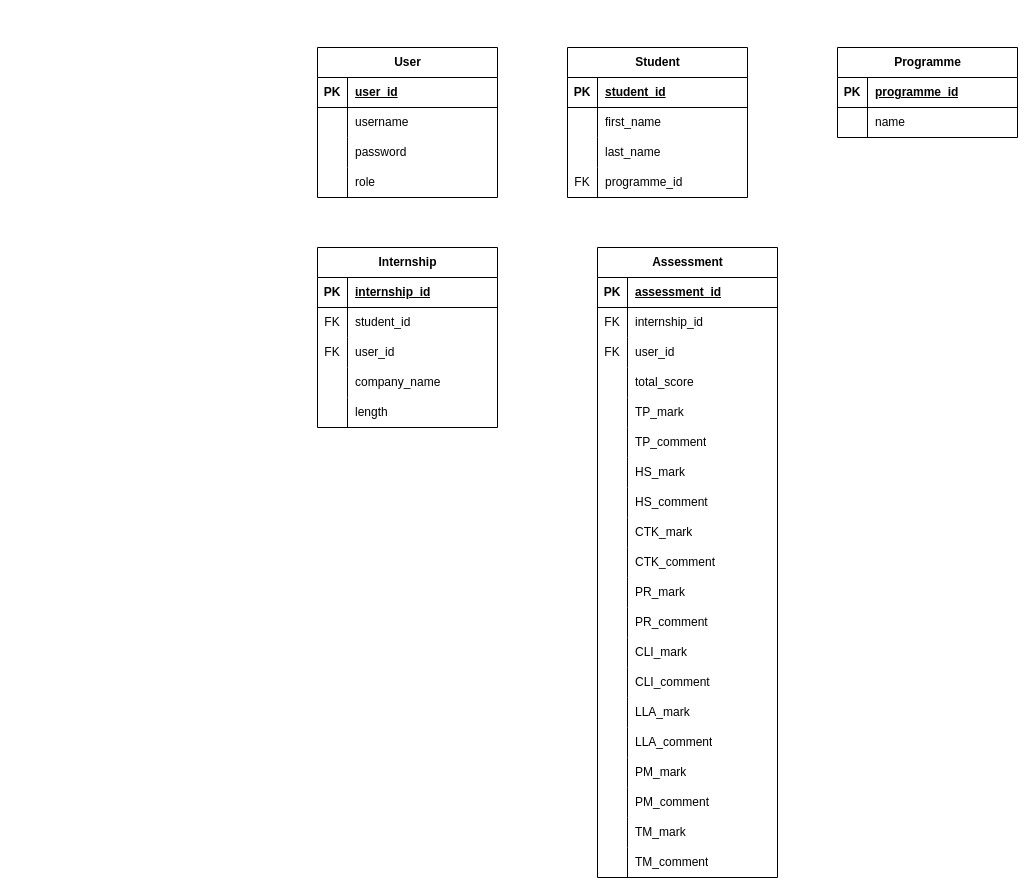
Before: Database_ERD.drawio in ZHAOHENGYI-TECH/Intern-result-management-system, a draw.io diagram. Source tidied: cells renumbered, new cells numbered last; positions are measured from the earlier drawing's top-left corner, leaving out a move shared by most shapes. Both pictures are drawn from the tidied source at 100%, with x=0, y=0 at pixel (317, 47).
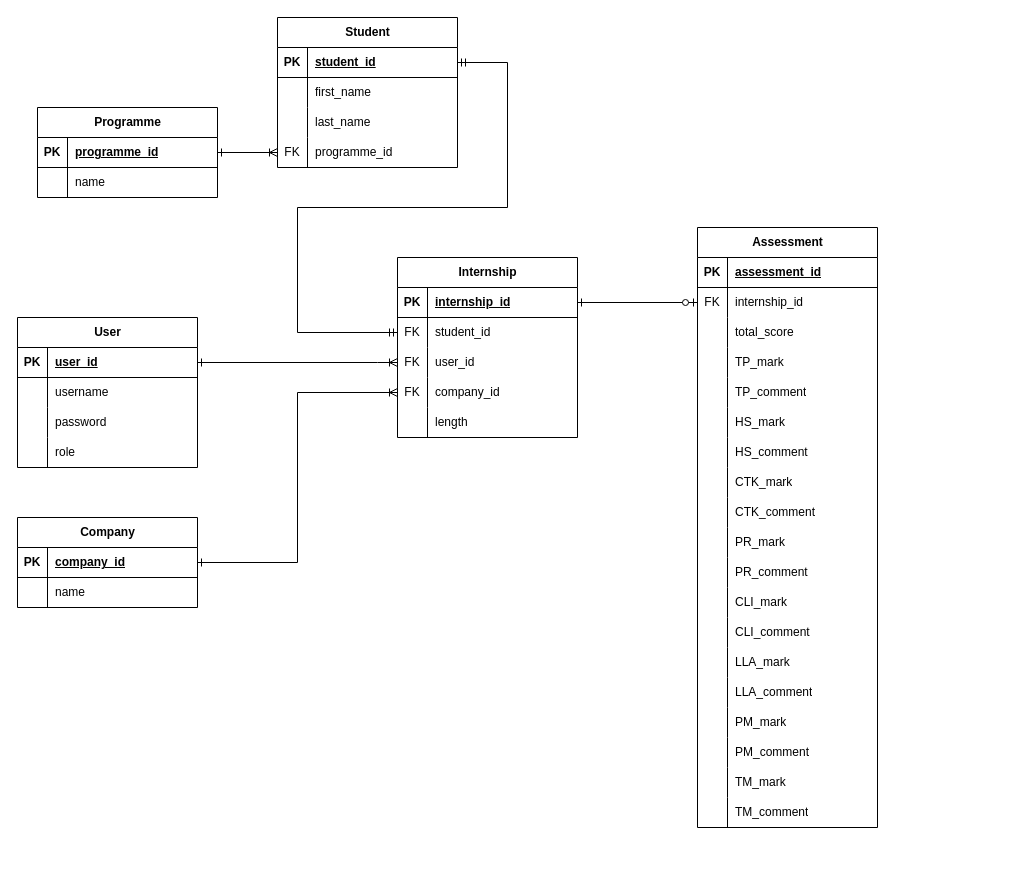
After the change.

Commit message (it also covers changes not shown here):
Finished ERD.

The change refers to these unchanged cells:
```xml
<mxCell id="3" style="shape=tableRow;horizontal=0;startSize=0;swimlaneHead=0;swimlaneBody=0;fillColor=none;points=[[0,0.5],[1,0.5]];portConstraint=eastwest;top=0;left=0;right=0;bottom=1;" parent="2" vertex="1">
  <mxGeometry y="30" width="180" height="30" as="geometry" />
</mxCell>
<mxCell id="16" style="shape=tableRow;horizontal=0;startSize=0;swimlaneHead=0;swimlaneBody=0;fillColor=none;points=[[0,0.5],[1,0.5]];portConstraint=eastwest;top=0;left=0;right=0;bottom=1;" parent="15" vertex="1">
  <mxGeometry y="30" width="180" height="30" as="geometry" />
</mxCell>
<mxCell id="25" style="shape=tableRow;horizontal=0;startSize=0;swimlaneHead=0;swimlaneBody=0;fillColor=none;points=[[0,0.5],[1,0.5]];portConstraint=eastwest;top=0;left=0;right=0;bottom=0;" parent="15" vertex="1">
  <mxGeometry y="120" width="180" height="30" as="geometry" />
</mxCell>
<mxCell id="29" style="shape=tableRow;horizontal=0;startSize=0;swimlaneHead=0;swimlaneBody=0;fillColor=none;points=[[0,0.5],[1,0.5]];portConstraint=eastwest;top=0;left=0;right=0;bottom=1;" parent="28" vertex="1">
  <mxGeometry y="30" width="180" height="30" as="geometry" />
</mxCell>
<mxCell id="36" style="shape=tableRow;horizontal=0;startSize=0;swimlaneHead=0;swimlaneBody=0;fillColor=none;points=[[0,0.5],[1,0.5]];portConstraint=eastwest;top=0;left=0;right=0;bottom=1;" parent="35" vertex="1">
  <mxGeometry y="30" width="180" height="30" as="geometry" />
</mxCell>
<mxCell id="39" style="shape=tableRow;horizontal=0;startSize=0;swimlaneHead=0;swimlaneBody=0;fillColor=none;points=[[0,0.5],[1,0.5]];portConstraint=eastwest;top=0;left=0;right=0;bottom=0;" parent="35" vertex="1">
  <mxGeometry y="60" width="180" height="30" as="geometry" />
</mxCell>
<mxCell id="42" style="shape=tableRow;horizontal=0;startSize=0;swimlaneHead=0;swimlaneBody=0;fillColor=none;points=[[0,0.5],[1,0.5]];portConstraint=eastwest;top=0;left=0;right=0;bottom=0;" parent="35" vertex="1">
  <mxGeometry y="90" width="180" height="30" as="geometry" />
</mxCell>
<mxCell id="45" style="shape=tableRow;horizontal=0;startSize=0;swimlaneHead=0;swimlaneBody=0;fillColor=none;points=[[0,0.5],[1,0.5]];portConstraint=eastwest;top=0;left=0;right=0;bottom=0;" parent="35" vertex="1">
  <mxGeometry y="120" width="180" height="30" as="geometry" />
</mxCell>
<mxCell id="55" style="shape=tableRow;horizontal=0;startSize=0;swimlaneHead=0;swimlaneBody=0;fillColor=none;points=[[0,0.5],[1,0.5]];portConstraint=eastwest;top=0;left=0;right=0;bottom=0;" parent="51" vertex="1">
  <mxGeometry y="60" width="180" height="30" as="geometry" />
</mxCell>
```

Change to the diagram source:
```diff
@@
     <mxCell id="2" value="User" style="shape=table;startSize=30;childLayout=tableLayout;rowLines=0;fontStyle=1;align=center;html=1;" parent="1" vertex="1">
-      <mxGeometry width="180" height="150" as="geometry" />
+      <mxGeometry x="-300" y="270" width="180" height="150" as="geometry" />
     </mxCell>
@@
     <mxCell id="15" value="Student" style="shape=table;startSize=30;childLayout=tableLayout;rowLines=0;fontStyle=1;align=center;html=1;" parent="1" vertex="1">
-      <mxGeometry x="250" width="180" height="150" as="geometry" />
+      <mxGeometry x="-40" y="-30" width="180" height="150" as="geometry" />
     </mxCell>
@@
     <mxCell id="28" value="Programme" style="shape=table;startSize=30;childLayout=tableLayout;rowLines=0;fontStyle=1;align=center;html=1;" parent="1" vertex="1">
-      <mxGeometry x="520" width="180" height="90" as="geometry" />
+      <mxGeometry x="-280" y="60" width="180" height="90" as="geometry" />
     </mxCell>
@@
     <mxCell id="35" value="Internship" style="shape=table;startSize=30;childLayout=tableLayout;rowLines=0;fontStyle=1;align=center;html=1;" parent="1" vertex="1">
-      <mxGeometry y="200" width="180" height="180" as="geometry" />
+      <mxGeometry x="80" y="210" width="180" height="180" as="geometry" />
     </mxCell>
@@
-    <mxCell id="46" style="shape=partialRectangle;fillColor=none;top=0;left=0;bottom=0;right=0;overflow=hidden;whiteSpace=wrap;html=1;" parent="45" vertex="1">
+    <mxCell id="46" value="FK" style="shape=partialRectangle;fillColor=none;top=0;left=0;bottom=0;right=0;overflow=hidden;whiteSpace=wrap;html=1;" parent="45" vertex="1">
       <mxGeometry width="30" height="30" as="geometry" />
     </mxCell>
-    <mxCell id="47" value="company_name" style="shape=partialRectangle;fillColor=none;top=0;left=0;bottom=0;right=0;align=left;spacingLeft=6;overflow=hidden;whiteSpace=wrap;html=1;" parent="45" vertex="1">
+    <mxCell id="47" value="company_id" style="shape=partialRectangle;fillColor=none;top=0;left=0;bottom=0;right=0;align=left;spacingLeft=6;overflow=hidden;whiteSpace=wrap;html=1;" parent="45" vertex="1">
       <mxGeometry x="30" width="150" height="30" as="geometry" />
     </mxCell>
@@
     <mxCell id="51" value="Assessment" style="shape=table;startSize=30;childLayout=tableLayout;rowLines=0;fontStyle=1;align=center;html=1;" parent="1" vertex="1">
-      <mxGeometry x="280" y="200" width="180" height="630" as="geometry" />
+      <mxGeometry x="380" y="180" width="180" height="600" as="geometry" />
     </mxCell>
@@
-    <mxCell id="58" style="shape=tableRow;horizontal=0;startSize=0;swimlaneHead=0;swimlaneBody=0;fillColor=none;top=0;left=0;right=0;bottom=0;" parent="51" vertex="1">
-      <mxGeometry y="90" width="180" height="30" as="geometry" />
-    </mxCell>
-    <mxCell id="59" value="FK" style="shape=partialRectangle;fillColor=none;top=0;left=0;bottom=0;right=0;overflow=hidden;whiteSpace=wrap;html=1;" parent="58" vertex="1">
-      <mxGeometry width="30" height="30" as="geometry" />
-    </mxCell>
-    <mxCell id="60" value="user_id" style="shape=partialRectangle;fillColor=none;top=0;left=0;bottom=0;right=0;align=left;spacingLeft=6;overflow=hidden;whiteSpace=wrap;html=1;" parent="58" vertex="1">
-      <mxGeometry x="30" width="150" height="30" as="geometry" />
-    </mxCell>
     <mxCell id="61" style="shape=tableRow;horizontal=0;startSize=0;swimlaneHead=0;swimlaneBody=0;fillColor=none;top=0;left=0;right=0;bottom=0;" parent="51" vertex="1">
-      <mxGeometry y="120" width="180" height="30" as="geometry" />
+      <mxGeometry y="90" width="180" height="30" as="geometry" />
     </mxCell>
@@
     <mxCell id="64" style="shape=tableRow;horizontal=0;startSize=0;swimlaneHead=0;swimlaneBody=0;fillColor=none;top=0;left=0;right=0;bottom=0;" parent="51" vertex="1">
-      <mxGeometry y="150" width="180" height="30" as="geometry" />
+      <mxGeometry y="120" width="180" height="30" as="geometry" />
     </mxCell>
@@
     <mxCell id="67" style="shape=tableRow;horizontal=0;startSize=0;swimlaneHead=0;swimlaneBody=0;fillColor=none;top=0;left=0;right=0;bottom=0;" parent="51" vertex="1">
-      <mxGeometry y="180" width="180" height="30" as="geometry" />
+      <mxGeometry y="150" width="180" height="30" as="geometry" />
     </mxCell>
@@
     <mxCell id="70" style="shape=tableRow;horizontal=0;startSize=0;swimlaneHead=0;swimlaneBody=0;fillColor=none;top=0;left=0;right=0;bottom=0;" parent="51" vertex="1">
-      <mxGeometry y="210" width="180" height="30" as="geometry" />
+      <mxGeometry y="180" width="180" height="30" as="geometry" />
     </mxCell>
@@
     <mxCell id="73" style="shape=tableRow;horizontal=0;startSize=0;swimlaneHead=0;swimlaneBody=0;fillColor=none;top=0;left=0;right=0;bottom=0;" parent="51" vertex="1">
-      <mxGeometry y="240" width="180" height="30" as="geometry" />
+      <mxGeometry y="210" width="180" height="30" as="geometry" />
     </mxCell>
@@
     <mxCell id="76" style="shape=tableRow;horizontal=0;startSize=0;swimlaneHead=0;swimlaneBody=0;fillColor=none;top=0;left=0;right=0;bottom=0;" parent="51" vertex="1">
-      <mxGeometry y="270" width="180" height="30" as="geometry" />
+      <mxGeometry y="240" width="180" height="30" as="geometry" />
     </mxCell>
@@
     <mxCell id="79" style="shape=tableRow;horizontal=0;startSize=0;swimlaneHead=0;swimlaneBody=0;fillColor=none;top=0;left=0;right=0;bottom=0;" parent="51" vertex="1">
-      <mxGeometry y="300" width="180" height="30" as="geometry" />
+      <mxGeometry y="270" width="180" height="30" as="geometry" />
     </mxCell>
@@
     <mxCell id="82" style="shape=tableRow;horizontal=0;startSize=0;swimlaneHead=0;swimlaneBody=0;fillColor=none;top=0;left=0;right=0;bottom=0;" parent="51" vertex="1">
-      <mxGeometry y="330" width="180" height="30" as="geometry" />
+      <mxGeometry y="300" width="180" height="30" as="geometry" />
     </mxCell>
@@
     <mxCell id="85" style="shape=tableRow;horizontal=0;startSize=0;swimlaneHead=0;swimlaneBody=0;fillColor=none;top=0;left=0;right=0;bottom=0;" parent="51" vertex="1">
-      <mxGeometry y="360" width="180" height="30" as="geometry" />
+      <mxGeometry y="330" width="180" height="30" as="geometry" />
     </mxCell>
@@
     <mxCell id="88" style="shape=tableRow;horizontal=0;startSize=0;swimlaneHead=0;swimlaneBody=0;fillColor=none;top=0;left=0;right=0;bottom=0;" parent="51" vertex="1">
-      <mxGeometry y="390" width="180" height="30" as="geometry" />
+      <mxGeometry y="360" width="180" height="30" as="geometry" />
     </mxCell>
@@
     <mxCell id="91" style="shape=tableRow;horizontal=0;startSize=0;swimlaneHead=0;swimlaneBody=0;fillColor=none;top=0;left=0;right=0;bottom=0;" parent="51" vertex="1">
-      <mxGeometry y="420" width="180" height="30" as="geometry" />
+      <mxGeometry y="390" width="180" height="30" as="geometry" />
     </mxCell>
@@
     <mxCell id="94" style="shape=tableRow;horizontal=0;startSize=0;swimlaneHead=0;swimlaneBody=0;fillColor=none;top=0;left=0;right=0;bottom=0;" parent="51" vertex="1">
-      <mxGeometry y="450" width="180" height="30" as="geometry" />
+      <mxGeometry y="420" width="180" height="30" as="geometry" />
     </mxCell>
@@
     <mxCell id="97" style="shape=tableRow;horizontal=0;startSize=0;swimlaneHead=0;swimlaneBody=0;fillColor=none;top=0;left=0;right=0;bottom=0;" parent="51" vertex="1">
-      <mxGeometry y="480" width="180" height="30" as="geometry" />
+      <mxGeometry y="450" width="180" height="30" as="geometry" />
     </mxCell>
@@
     <mxCell id="100" style="shape=tableRow;horizontal=0;startSize=0;swimlaneHead=0;swimlaneBody=0;fillColor=none;top=0;left=0;right=0;bottom=0;" parent="51" vertex="1">
-      <mxGeometry y="510" width="180" height="30" as="geometry" />
+      <mxGeometry y="480" width="180" height="30" as="geometry" />
     </mxCell>
@@
     <mxCell id="103" style="shape=tableRow;horizontal=0;startSize=0;swimlaneHead=0;swimlaneBody=0;fillColor=none;top=0;left=0;right=0;bottom=0;" parent="51" vertex="1">
-      <mxGeometry y="540" width="180" height="30" as="geometry" />
+      <mxGeometry y="510" width="180" height="30" as="geometry" />
     </mxCell>
@@
     <mxCell id="106" style="shape=tableRow;horizontal=0;startSize=0;swimlaneHead=0;swimlaneBody=0;fillColor=none;top=0;left=0;right=0;bottom=0;" parent="51" vertex="1">
-      <mxGeometry y="570" width="180" height="30" as="geometry" />
+      <mxGeometry y="540" width="180" height="30" as="geometry" />
     </mxCell>
@@
     <mxCell id="109" style="shape=tableRow;horizontal=0;startSize=0;swimlaneHead=0;swimlaneBody=0;fillColor=none;top=0;left=0;right=0;bottom=0;" parent="51" vertex="1">
-      <mxGeometry y="600" width="180" height="30" as="geometry" />
+      <mxGeometry y="570" width="180" height="30" as="geometry" />
     </mxCell>
@@
+    <mxCell id="112" value="Company" style="shape=table;startSize=30;childLayout=tableLayout;rowLines=0;fontStyle=1;align=center;html=1;" parent="1" vertex="1">
+      <mxGeometry x="-300" y="470" width="180" height="90" as="geometry" />
+    </mxCell>
+    <mxCell id="113" style="shape=tableRow;horizontal=0;startSize=0;swimlaneHead=0;swimlaneBody=0;fillColor=none;points=[[0,0.5],[1,0.5]];portConstraint=eastwest;top=0;left=0;right=0;bottom=1;" parent="112" vertex="1">
+      <mxGeometry y="30" width="180" height="30" as="geometry" />
+    </mxCell>
+    <mxCell id="114" value="PK" style="shape=partialRectangle;fillColor=none;top=0;left=0;bottom=0;right=0;fontStyle=1;overflow=hidden;whiteSpace=wrap;html=1;" parent="113" vertex="1">
+      <mxGeometry width="30" height="30" as="geometry" />
+    </mxCell>
+    <mxCell id="115" value="company_id" style="shape=partialRectangle;fillColor=none;top=0;left=0;bottom=0;right=0;align=left;spacingLeft=6;fontStyle=5;overflow=hidden;whiteSpace=wrap;html=1;" parent="113" vertex="1">
+      <mxGeometry x="30" width="150" height="30" as="geometry" />
+    </mxCell>
+    <mxCell id="116" style="shape=tableRow;horizontal=0;startSize=0;swimlaneHead=0;swimlaneBody=0;fillColor=none;top=0;left=0;right=0;bottom=0;" parent="112" vertex="1">
+      <mxGeometry y="60" width="180" height="30" as="geometry" />
+    </mxCell>
+    <mxCell id="117" style="shape=partialRectangle;fillColor=none;top=0;left=0;bottom=0;right=0;overflow=hidden;whiteSpace=wrap;html=1;" parent="116" vertex="1">
+      <mxGeometry width="30" height="30" as="geometry" />
+    </mxCell>
+    <mxCell id="118" value="name" style="shape=partialRectangle;fillColor=none;top=0;left=0;bottom=0;right=0;align=left;spacingLeft=6;overflow=hidden;whiteSpace=wrap;html=1;" parent="116" vertex="1">
+      <mxGeometry x="30" width="150" height="30" as="geometry" />
+    </mxCell>
+    <mxCell id="119" style="edgeStyle=orthogonalEdgeStyle;fontSize=12;html=1;endArrow=ERoneToMany;rounded=0;exitX=1;exitY=0.5;exitDx=0;exitDy=0;entryX=0;entryY=0.5;entryDx=0;entryDy=0;startArrow=ERone;startFill=0;" parent="1" edge="1" source="29" target="25">
+      <mxGeometry relative="1" as="geometry" />
+    </mxCell>
+    <mxCell id="120" style="edgeStyle=orthogonalEdgeStyle;fontSize=12;html=1;endArrow=ERoneToMany;rounded=0;exitX=1;exitY=0.5;exitDx=0;exitDy=0;entryX=0;entryY=0.5;entryDx=0;entryDy=0;startArrow=ERone;startFill=0;" parent="1" edge="1" source="3" target="42">
+      <mxGeometry relative="1" as="geometry">
+        <Array as="points">
+          <mxPoint x="60" y="315" />
+          <mxPoint x="60" y="315" />
+        </Array>
+      </mxGeometry>
+    </mxCell>
+    <mxCell id="121" style="edgeStyle=orthogonalEdgeStyle;fontSize=12;html=1;endArrow=ERoneToMany;rounded=0;exitX=1;exitY=0.5;exitDx=0;exitDy=0;entryX=0;entryY=0.5;entryDx=0;entryDy=0;startArrow=ERone;startFill=0;" parent="1" edge="1" source="113" target="45">
+      <mxGeometry relative="1" as="geometry">
+        <Array as="points">
+          <mxPoint x="-20" y="515" />
+          <mxPoint x="-20" y="345" />
+        </Array>
+      </mxGeometry>
+    </mxCell>
+    <mxCell id="122" style="edgeStyle=orthogonalEdgeStyle;fontSize=12;html=1;endArrow=ERmandOne;startArrow=ERmandOne;rounded=0;entryX=0;entryY=0.5;entryDx=0;entryDy=0;exitX=1;exitY=0.5;exitDx=0;exitDy=0;" parent="1" edge="1" source="16" target="39">
+      <mxGeometry relative="1" as="geometry">
+        <Array as="points">
+          <mxPoint x="190" y="15" />
+          <mxPoint x="190" y="160" />
+          <mxPoint x="-20" y="160" />
+          <mxPoint x="-20" y="285" />
+        </Array>
+      </mxGeometry>
+    </mxCell>
+    <mxCell id="123" style="edgeStyle=orthogonalEdgeStyle;fontSize=12;html=1;endArrow=ERzeroToOne;endFill=1;rounded=0;exitX=1;exitY=0.5;exitDx=0;exitDy=0;entryX=0;entryY=0.5;entryDx=0;entryDy=0;startArrow=ERone;startFill=0;" parent="1" edge="1" source="36" target="55">
+      <mxGeometry relative="1" as="geometry" />
+    </mxCell>
```
